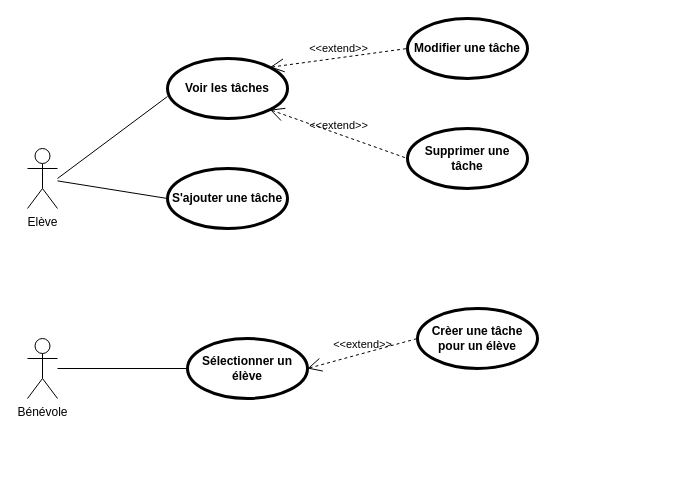
Above: Gestionnaire de taches Diagram.drawio in tchicoulo/learnathome (draw.io), before the change. Source tidied: cells renumbered, new cells numbered last; positions are measured from the earlier drawing's top-left corner, leaving out a move shared by most shapes. Both pictures are drawn from the tidied source at 100%, with x=0, y=0 at pixel (27, 18).
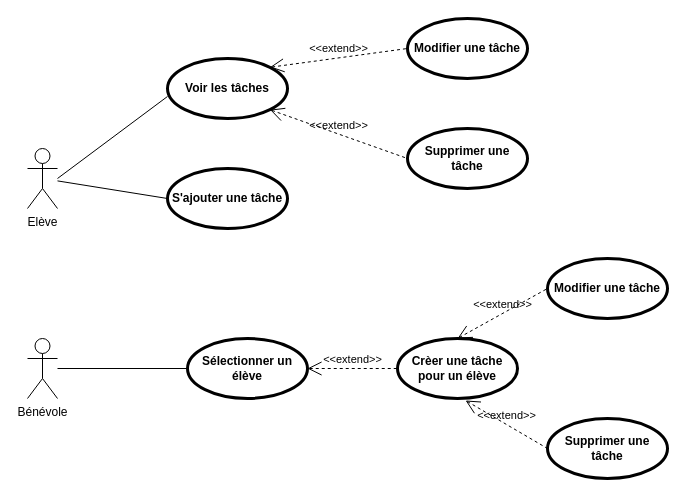
After the change.

What changed in the source:
```diff
@@
     <mxCell id="14" value="Crèer une tâche pour un élève" style="shape=ellipse;html=1;strokeWidth=3;fontStyle=1;whiteSpace=wrap;align=center;perimeter=ellipsePerimeter;" parent="1" vertex="1">
-      <mxGeometry x="390" y="290" width="120" height="60" as="geometry" />
+      <mxGeometry x="370" y="320" width="120" height="60" as="geometry" />
     </mxCell>
@@
+    <mxCell id="16" value="Supprimer une tâche" style="shape=ellipse;html=1;strokeWidth=3;fontStyle=1;whiteSpace=wrap;align=center;perimeter=ellipsePerimeter;" parent="1" vertex="1">
+      <mxGeometry x="520" y="400" width="120" height="60" as="geometry" />
+    </mxCell>
+    <mxCell id="17" value="Modifier une tâche" style="shape=ellipse;html=1;strokeWidth=3;fontStyle=1;whiteSpace=wrap;align=center;perimeter=ellipsePerimeter;" parent="1" vertex="1">
+      <mxGeometry x="520" y="240" width="120" height="60" as="geometry" />
+    </mxCell>
+    <mxCell id="18" value="&amp;lt;&amp;lt;extend&amp;gt;&amp;gt;" style="edgeStyle=none;html=1;startArrow=open;endArrow=none;startSize=12;verticalAlign=bottom;dashed=1;labelBackgroundColor=none;rounded=0;exitX=0.5;exitY=0;exitDx=0;exitDy=0;entryX=0;entryY=0.5;entryDx=0;entryDy=0;" parent="1" edge="1" source="14" target="17">
+      <mxGeometry relative="1" as="geometry" />
+    </mxCell>
+    <mxCell id="19" value="&amp;lt;&amp;lt;extend&amp;gt;&amp;gt;" style="edgeStyle=none;html=1;startArrow=open;endArrow=none;startSize=12;verticalAlign=bottom;dashed=1;labelBackgroundColor=none;rounded=0;exitX=0.567;exitY=1.033;exitDx=0;exitDy=0;entryX=0;entryY=0.5;entryDx=0;entryDy=0;exitPerimeter=0;" parent="1" edge="1" source="14" target="16">
+      <mxGeometry relative="1" as="geometry" />
+    </mxCell>
```
